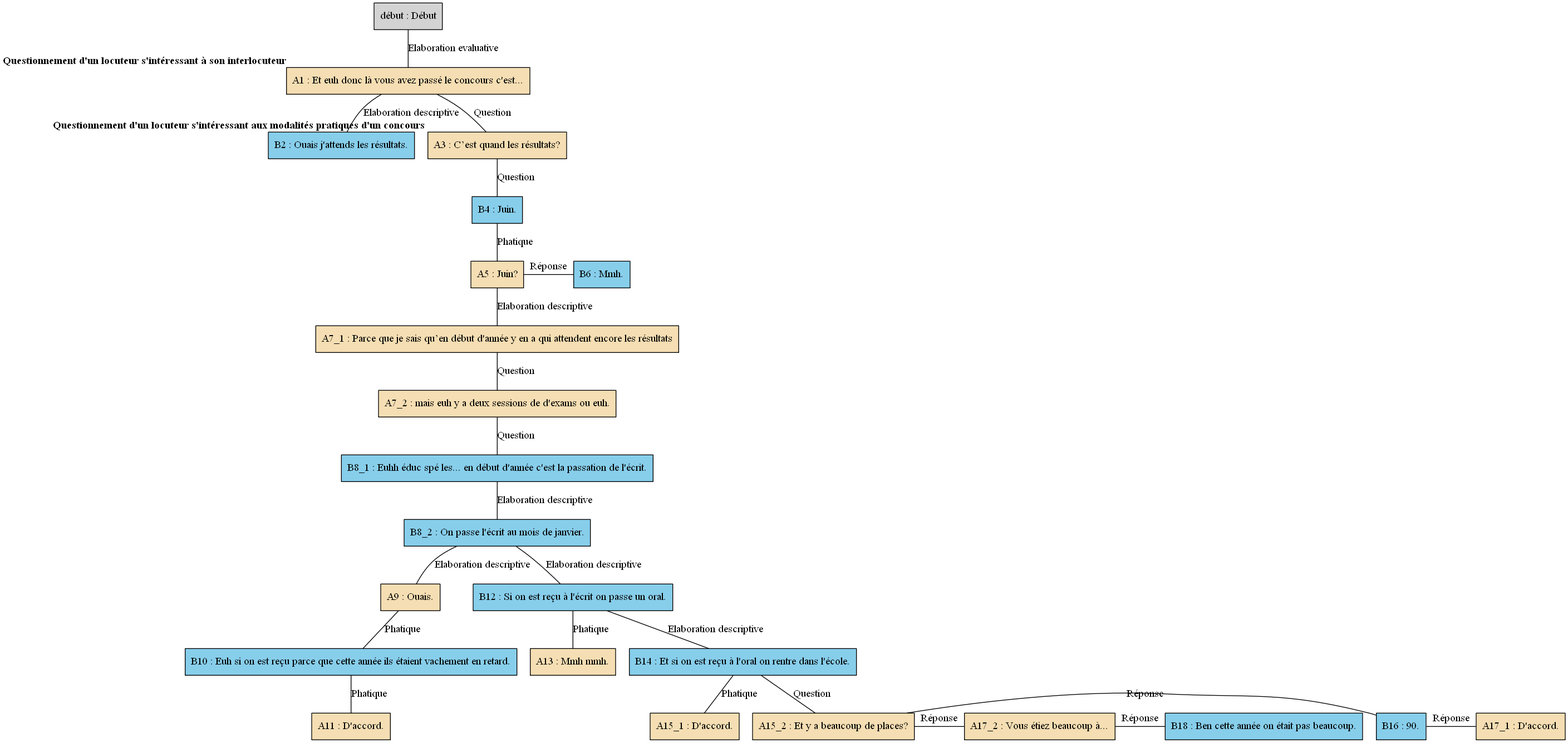
Earlier version of the Graphviz export arbres/Concours/Concours_-_E12.gv.png (AlaixComet/AnnotationSlamPTut). Its source is kept beside it as arbres/Concours/Concours_-_E12.gv. Its diagram source:
```dot
digraph E12 {
	node [shape=box style=filled]
	"début" [label="début : Début" xlabel=""]
	A1 [label="A1 : Et euh donc là vous avez passé le concours c'est..." fillcolor=wheat xlabel=<<B>Questionnement d'un locuteur s'intéressant à son interlocuteur</B>>]
	B2 [label="B2 : Ouais j'attends les résultats." fillcolor=skyblue xlabel=""]
	A3 [label="A3 : C’est quand les résultats?" fillcolor=wheat xlabel=<<B>Questionnement d'un locuteur s'intéressant aux modalités pratiques d'un concours </B>>]
	B4 [label="B4 : Juin." fillcolor=skyblue xlabel=""]
	A5 [label="A5 : Juin?" fillcolor=wheat xlabel=""]
	B6 [label="B6 : Mmh." fillcolor=skyblue xlabel=""]
	A7_1 [label="A7_1 : Parce que je sais qu’en début d'année y en a qui attendent encore les résultats" fillcolor=wheat xlabel=""]
	A7_2 [label="A7_2 : mais euh y a deux sessions de d'exams ou euh." fillcolor=wheat xlabel=""]
	B8_1 [label="B8_1 : Euhh éduc spé les... en début d'année c'est la passation de l'écrit." fillcolor=skyblue xlabel=""]
	B8_2 [label="B8_2 : On passe l'écrit au mois de janvier." fillcolor=skyblue xlabel=""]
	A9 [label="A9 : Ouais." fillcolor=wheat xlabel=""]
	B10 [label="B10 : Euh si on est reçu parce que cette année ils étaient vachement en retard." fillcolor=skyblue xlabel=""]
	A11 [label="A11 : D'accord." fillcolor=wheat xlabel=""]
	B12 [label="B12 : Si on est reçu à l'écrit on passe un oral." fillcolor=skyblue xlabel=""]
	A13 [label="A13 : Mmh mmh." fillcolor=wheat xlabel=""]
	B14 [label="B14 : Et si on est reçu à l'oral on rentre dans l'école." fillcolor=skyblue xlabel=""]
	A15_1 [label="A15_1 : D'accord." fillcolor=wheat xlabel=""]
	A15_2 [label="A15_2 : Et y a beaucoup de places?" fillcolor=wheat xlabel=""]
	B16 [label="B16 : 90." fillcolor=skyblue xlabel=""]
	A17_1 [label="A17_1 : D'accord." fillcolor=wheat xlabel=""]
	A17_2 [label="A17_2 : Vous étiez beaucoup à..." fillcolor=wheat xlabel=""]
	B18 [label="B18 : Ben cette année on était pas beaucoup." fillcolor=skyblue xlabel=""]
	"début" -> A1 [label="Elaboration evaluative" dir=none]
	A1 -> B2 [label="Elaboration descriptive" dir=none]
	A1 -> A3 [label=Question dir=none]
	A3 -> B4 [label=Question dir=none]
	B4 -> A5 [label=Phatique dir=none]
	{
		rank=same
		A5
		B6
		A5 -> B6 [label="Réponse" dir=none]
	}
	A7_1 -> A7_2 [label=Question dir=none]
	A5 -> A7_1 [label="Elaboration descriptive" dir=none]
	A7_2 -> B8_1 [label=Question dir=none]
	B8_1 -> B8_2 [label="Elaboration descriptive" dir=none]
	B8_2 -> A9 [label="Elaboration descriptive" dir=none]
	A9 -> B10 [label=Phatique dir=none]
	B10 -> A11 [label=Phatique dir=none]
	B8_2 -> B12 [label="Elaboration descriptive" dir=none]
	B12 -> A13 [label=Phatique dir=none]
	B12 -> B14 [label="Elaboration descriptive" dir=none]
	B14 -> A15_1 [label=Phatique dir=none]
	B14 -> A15_2 [label=Question dir=none]
	{
		rank=same
		A15_2
		B16
		A15_2 -> B16 [label="Réponse" dir=none]
	}
	{
		rank=same
		B16
		A17_1
		B16 -> A17_1 [label="Réponse" dir=none]
	}
	{
		rank=same
		A15_2
		A17_2
		A15_2 -> A17_2 [label="Réponse" dir=none]
	}
	{
		rank=same
		A17_2
		B18
		A17_2 -> B18 [label="Réponse" dir=none]
	}
}
```
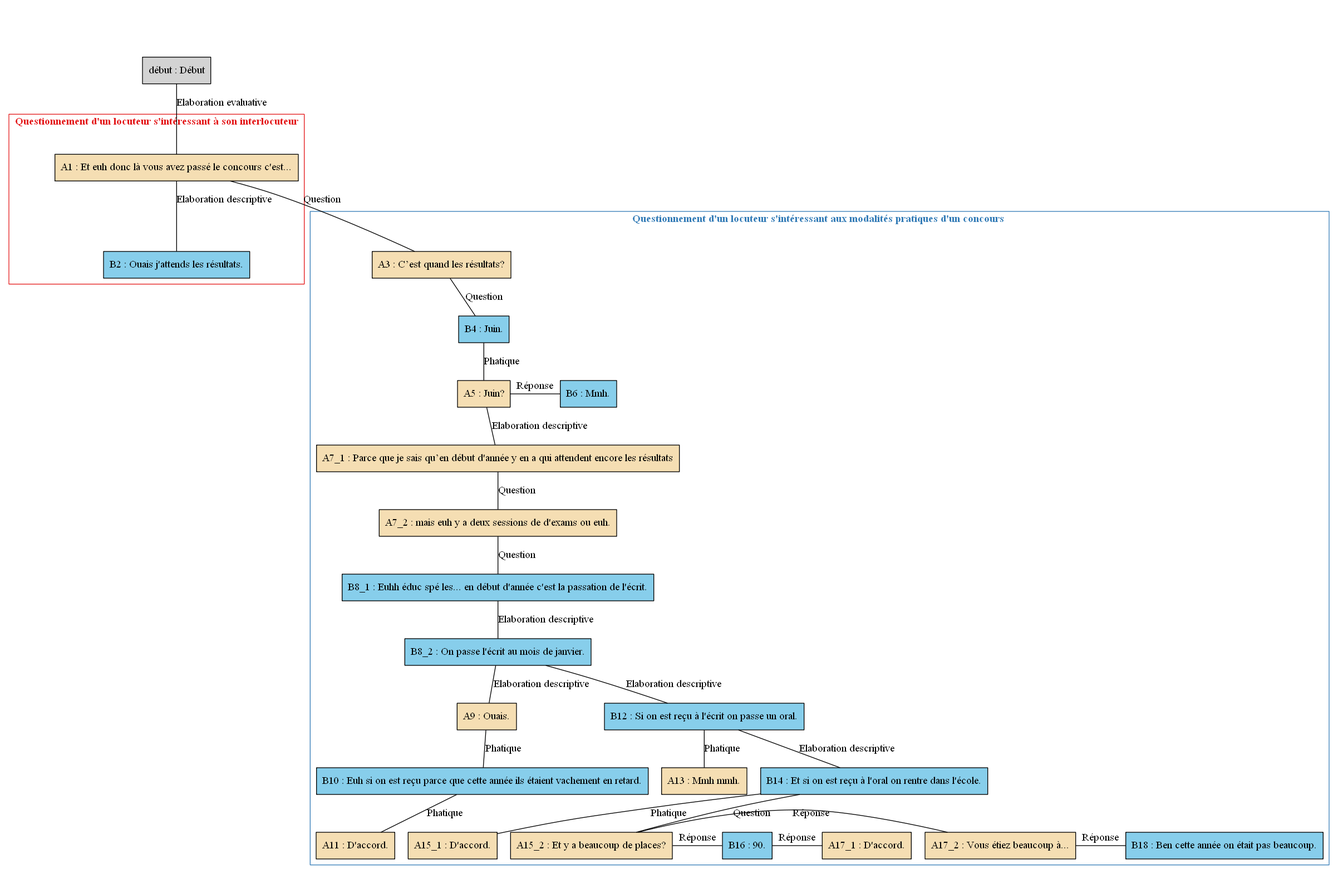
The same file after the commit.

What changed in the source:
```diff
@@ -1,73 +1,90 @@
 digraph E12 {
 	node [shape=box style=filled]
-	"début" [label="début : Début" xlabel=""]
-	A1 [label="A1 : Et euh donc là vous avez passé le concours c'est..." fillcolor=wheat xlabel=<<B>Questionnement d'un locuteur s'intéressant à son interlocuteur</B>>]
-	B2 [label="B2 : Ouais j'attends les résultats." fillcolor=skyblue xlabel=""]
-	A3 [label="A3 : C’est quand les résultats?" fillcolor=wheat xlabel=<<B>Questionnement d'un locuteur s'intéressant aux modalités pratiques d'un concours </B>>]
-	B4 [label="B4 : Juin." fillcolor=skyblue xlabel=""]
-	A5 [label="A5 : Juin?" fillcolor=wheat xlabel=""]
-	B6 [label="B6 : Mmh." fillcolor=skyblue xlabel=""]
-	A7_1 [label="A7_1 : Parce que je sais qu’en début d'année y en a qui attendent encore les résultats" fillcolor=wheat xlabel=""]
-	A7_2 [label="A7_2 : mais euh y a deux sessions de d'exams ou euh." fillcolor=wheat xlabel=""]
-	B8_1 [label="B8_1 : Euhh éduc spé les... en début d'année c'est la passation de l'écrit." fillcolor=skyblue xlabel=""]
-	B8_2 [label="B8_2 : On passe l'écrit au mois de janvier." fillcolor=skyblue xlabel=""]
-	A9 [label="A9 : Ouais." fillcolor=wheat xlabel=""]
-	B10 [label="B10 : Euh si on est reçu parce que cette année ils étaient vachement en retard." fillcolor=skyblue xlabel=""]
-	A11 [label="A11 : D'accord." fillcolor=wheat xlabel=""]
-	B12 [label="B12 : Si on est reçu à l'écrit on passe un oral." fillcolor=skyblue xlabel=""]
-	A13 [label="A13 : Mmh mmh." fillcolor=wheat xlabel=""]
-	B14 [label="B14 : Et si on est reçu à l'oral on rentre dans l'école." fillcolor=skyblue xlabel=""]
-	A15_1 [label="A15_1 : D'accord." fillcolor=wheat xlabel=""]
-	A15_2 [label="A15_2 : Et y a beaucoup de places?" fillcolor=wheat xlabel=""]
-	B16 [label="B16 : 90." fillcolor=skyblue xlabel=""]
-	A17_1 [label="A17_1 : D'accord." fillcolor=wheat xlabel=""]
-	A17_2 [label="A17_2 : Vous étiez beaucoup à..." fillcolor=wheat xlabel=""]
-	B18 [label="B18 : Ben cette année on était pas beaucoup." fillcolor=skyblue xlabel=""]
-	"début" -> A1 [label="Elaboration evaluative" dir=none]
-	A1 -> B2 [label="Elaboration descriptive" dir=none]
-	A1 -> A3 [label=Question dir=none]
-	A3 -> B4 [label=Question dir=none]
-	B4 -> A5 [label=Phatique dir=none]
-	{
-		rank=same
+	newrank=true
+	zero [style=invis]
+	"début" [label="début : Début"]
+	A1 [label="A1 : Et euh donc là vous avez passé le concours c'est..." fillcolor=wheat]
+	B2 [label="B2 : Ouais j'attends les résultats." fillcolor=skyblue]
+	A3 [label="A3 : C’est quand les résultats?" fillcolor=wheat]
+	B4 [label="B4 : Juin." fillcolor=skyblue]
+	A5 [label="A5 : Juin?" fillcolor=wheat]
+	B6 [label="B6 : Mmh." fillcolor=skyblue]
+	A7_1 [label="A7_1 : Parce que je sais qu’en début d'année y en a qui attendent encore les résultats" fillcolor=wheat]
+	A7_2 [label="A7_2 : mais euh y a deux sessions de d'exams ou euh." fillcolor=wheat]
+	B8_1 [label="B8_1 : Euhh éduc spé les... en début d'année c'est la passation de l'écrit." fillcolor=skyblue]
+	B8_2 [label="B8_2 : On passe l'écrit au mois de janvier." fillcolor=skyblue]
+	A9 [label="A9 : Ouais." fillcolor=wheat]
+	B10 [label="B10 : Euh si on est reçu parce que cette année ils étaient vachement en retard." fillcolor=skyblue]
+	A11 [label="A11 : D'accord." fillcolor=wheat]
+	B12 [label="B12 : Si on est reçu à l'écrit on passe un oral." fillcolor=skyblue]
+	A13 [label="A13 : Mmh mmh." fillcolor=wheat]
+	B14 [label="B14 : Et si on est reçu à l'oral on rentre dans l'école." fillcolor=skyblue]
+	A15_1 [label="A15_1 : D'accord." fillcolor=wheat]
+	A15_2 [label="A15_2 : Et y a beaucoup de places?" fillcolor=wheat]
+	B16 [label="B16 : 90." fillcolor=skyblue]
+	A17_1 [label="A17_1 : D'accord." fillcolor=wheat]
+	A17_2 [label="A17_2 : Vous étiez beaucoup à..." fillcolor=wheat]
+	B18 [label="B18 : Ben cette année on était pas beaucoup." fillcolor=skyblue]
+	zero -> "début" [label="" style=invis]
+	"début" -> A1 [label="Elaboration evaluative" dir=none weight=2]
+	A1 -> B2 [label="Elaboration descriptive" dir=none weight=2]
+	A1 -> A3 [label=Question dir=none weight=2]
+	A3 -> B4 [label=Question dir=none weight=2]
+	B4 -> A5 [label=Phatique dir=none weight=2]
+	B4 -> B6 [style=invis weight=1]
+	A5 -> B6 [label="Réponse" constraint=false dir=none]
+	A7_1 -> A7_2 [label=Question dir=none weight=2]
+	A5 -> A7_1 [label="Elaboration descriptive" dir=none weight=2]
+	A7_2 -> B8_1 [label=Question dir=none weight=2]
+	B8_1 -> B8_2 [label="Elaboration descriptive" dir=none weight=2]
+	B8_2 -> A9 [label="Elaboration descriptive" dir=none weight=2]
+	A9 -> B10 [label=Phatique dir=none weight=2]
+	B10 -> A11 [label=Phatique dir=none weight=2]
+	B8_2 -> B12 [label="Elaboration descriptive" dir=none weight=2]
+	B12 -> A13 [label=Phatique dir=none weight=2]
+	B12 -> B14 [label="Elaboration descriptive" dir=none weight=2]
+	B14 -> A15_1 [label=Phatique dir=none weight=2]
+	B14 -> A15_2 [label=Question dir=none weight=2]
+	B14 -> B16 [style=invis weight=1]
+	A15_2 -> B16 [label="Réponse" constraint=false dir=none]
+	B14 -> A17_1 [style=invis weight=1]
+	B16 -> A17_1 [label="Réponse" constraint=false dir=none]
+	B14 -> A17_2 [style=invis weight=1]
+	A15_2 -> A17_2 [label="Réponse" constraint=false dir=none]
+	B14 -> B18 [style=invis weight=1]
+	A17_2 -> B18 [label="Réponse" constraint=false dir=none]
+	subgraph cluster_1 {
+		label=<<B>Questionnement d'un locuteur s'intéressant à son interlocuteur</B>>
+		colorscheme=set19
+		color=1
+		fontcolor=1
+		A1
+		B2
+	}
+	subgraph cluster_2 {
+		label=<<B>Questionnement d'un locuteur s'intéressant aux modalités pratiques d'un concours </B>>
+		colorscheme=set19
+		color=2
+		fontcolor=2
+		A3
+		B4
 		A5
 		B6
-		A5 -> B6 [label="Réponse" dir=none]
-	}
-	A7_1 -> A7_2 [label=Question dir=none]
-	A5 -> A7_1 [label="Elaboration descriptive" dir=none]
-	A7_2 -> B8_1 [label=Question dir=none]
-	B8_1 -> B8_2 [label="Elaboration descriptive" dir=none]
-	B8_2 -> A9 [label="Elaboration descriptive" dir=none]
-	A9 -> B10 [label=Phatique dir=none]
-	B10 -> A11 [label=Phatique dir=none]
-	B8_2 -> B12 [label="Elaboration descriptive" dir=none]
-	B12 -> A13 [label=Phatique dir=none]
-	B12 -> B14 [label="Elaboration descriptive" dir=none]
-	B14 -> A15_1 [label=Phatique dir=none]
-	B14 -> A15_2 [label=Question dir=none]
-	{
-		rank=same
+		A7_1
+		A7_2
+		B8_1
+		B8_2
+		A9
+		B10
+		A11
+		B12
+		A13
+		B14
+		A15_1
 		A15_2
 		B16
-		A15_2 -> B16 [label="Réponse" dir=none]
-	}
-	{
-		rank=same
-		B16
 		A17_1
-		B16 -> A17_1 [label="Réponse" dir=none]
-	}
-	{
-		rank=same
-		A15_2
-		A17_2
-		A15_2 -> A17_2 [label="Réponse" dir=none]
-	}
-	{
-		rank=same
 		A17_2
 		B18
-		A17_2 -> B18 [label="Réponse" dir=none]
 	}
 }
```
